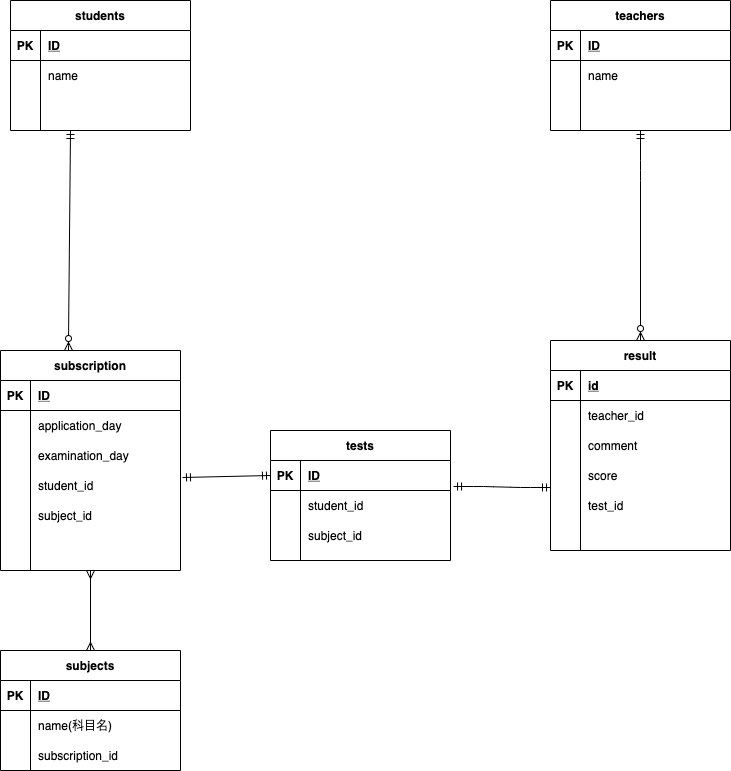
This is index.drawio.png from mkiim/ERD, a draw.io export, as it was before one commit. Source tidied: cells renumbered, new cells last; positions are measured from the earlier drawing's top-left corner, leaving out a move shared by most shapes.
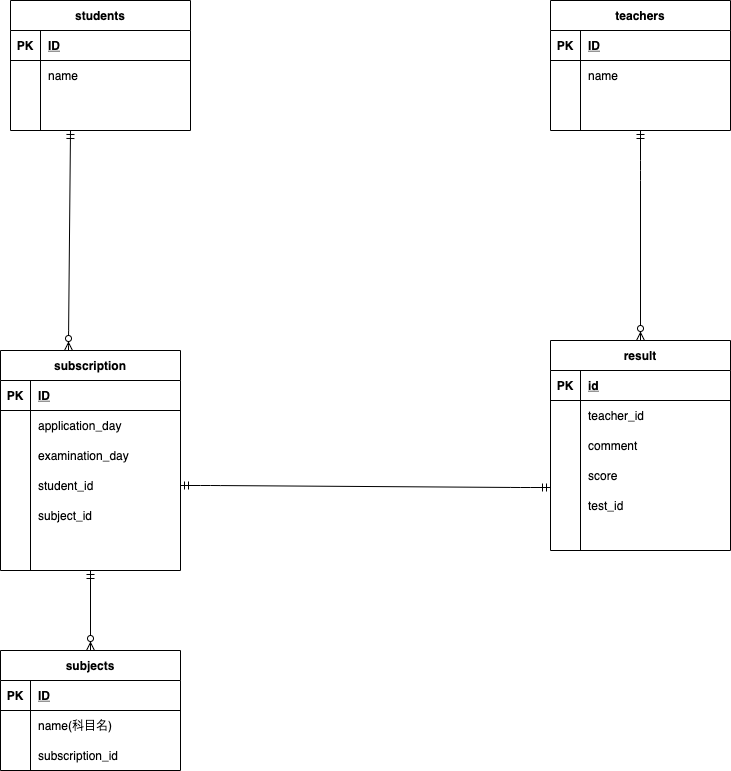
The same file after the commit.

What changed in the source:
```diff
@@ -140,39 +140,6 @@
     <mxCell id="47" value="subscription_id" style="shape=partialRectangle;fillColor=none;top=0;left=0;bottom=0;right=0;align=left;spacingLeft=6;overflow=hidden;" parent="45" vertex="1">
       <mxGeometry x="30" width="150" height="30" as="geometry" />
     </mxCell>
-    <mxCell id="48" value="tests" style="shape=table;startSize=30;rowLines=0;fontStyle=1;align=center;" parent="1" vertex="1">
-      <mxGeometry x="270" y="430" width="180" height="130" as="geometry" />
-    </mxCell>
-    <mxCell id="49" style="shape=partialRectangle;fillColor=none;top=0;left=0;bottom=1;right=0;points=[[0,0.5],[1,0.5]];portConstraint=eastwest;" parent="48" vertex="1">
-      <mxGeometry y="30" width="180" height="30" as="geometry" />
-    </mxCell>
-    <mxCell id="50" value="PK" style="shape=partialRectangle;fillColor=none;top=0;left=0;bottom=0;right=0;fontStyle=1;overflow=hidden;" parent="49" vertex="1">
-      <mxGeometry width="30" height="30" as="geometry" />
-    </mxCell>
-    <mxCell id="51" value="ID" style="shape=partialRectangle;fillColor=none;top=0;left=0;bottom=0;right=0;align=left;spacingLeft=6;fontStyle=5;overflow=hidden;" parent="49" vertex="1">
-      <mxGeometry x="30" width="150" height="30" as="geometry" />
-    </mxCell>
-    <mxCell id="52" style="shape=partialRectangle;fillColor=none;top=0;left=0;bottom=0;right=0;points=[[0,0.5],[1,0.5]];portConstraint=eastwest;" parent="48" vertex="1">
-      <mxGeometry y="60" width="180" height="30" as="geometry" />
-    </mxCell>
-    <mxCell id="53" style="shape=partialRectangle;fillColor=none;top=0;left=0;bottom=0;right=0;overflow=hidden;" parent="52" vertex="1">
-      <mxGeometry width="30" height="30" as="geometry" />
-    </mxCell>
-    <mxCell id="54" value="student_id" style="shape=partialRectangle;fillColor=none;top=0;left=0;bottom=0;right=0;align=left;spacingLeft=6;overflow=hidden;" parent="52" vertex="1">
-      <mxGeometry x="30" width="150" height="30" as="geometry" />
-    </mxCell>
-    <mxCell id="55" style="shape=partialRectangle;fillColor=none;top=0;left=0;bottom=0;right=0;" parent="48" vertex="1">
-      <mxGeometry y="90" width="180" height="30" as="geometry" />
-    </mxCell>
-    <mxCell id="56" style="shape=partialRectangle;fillColor=none;top=0;left=0;bottom=0;right=0;overflow=hidden;" parent="55" vertex="1">
-      <mxGeometry width="30" height="30" as="geometry" />
-    </mxCell>
-    <mxCell id="57" value="subject_id" style="shape=partialRectangle;fillColor=none;top=0;left=0;bottom=0;right=0;align=left;spacingLeft=6;overflow=hidden;" parent="55" vertex="1">
-      <mxGeometry x="30" width="150" height="30" as="geometry" />
-    </mxCell>
-    <mxCell id="58" style="edgeStyle=none;rounded=0;orthogonalLoop=1;jettySize=auto;html=1;entryX=0;entryY=0.5;entryDx=0;entryDy=0;" parent="48" edge="1" source="49" target="49">
-      <mxGeometry relative="1" as="geometry" />
-    </mxCell>
     <mxCell id="59" style="fontSize=12;html=1;endArrow=ERzeroToMany;startArrow=ERmandOne;entryX=0.5;entryY=0;entryDx=0;entryDy=0;exitX=0.5;exitY=1;exitDx=0;exitDy=0;" parent="1" edge="1" source="12" target="22">
       <mxGeometry relative="1" as="geometry">
         <Array as="points">
@@ -180,7 +147,7 @@
         </Array>
       </mxGeometry>
     </mxCell>
-    <mxCell id="60" style="edgeStyle=entityRelationEdgeStyle;fontSize=12;html=1;endArrow=ERmandOne;startArrow=ERmandOne;entryX=0;entryY=0.9;entryDx=0;entryDy=0;entryPerimeter=0;exitX=1.017;exitY=-0.133;exitDx=0;exitDy=0;exitPerimeter=0;" parent="1" edge="1" source="52" target="32">
+    <mxCell id="60" style="edgeStyle=entityRelationEdgeStyle;fontSize=12;html=1;endArrow=ERmandOne;startArrow=ERmandOne;entryX=0;entryY=0.9;entryDx=0;entryDy=0;entryPerimeter=0;" parent="1" edge="1" source="71" target="32">
       <mxGeometry relative="1" as="geometry" />
     </mxCell>
     <mxCell id="61" value="subscription" style="shape=table;startSize=30;rowLines=0;fontStyle=1;align=center;" parent="1" vertex="1">
@@ -231,9 +198,6 @@
     <mxCell id="76" value="subject_id" style="shape=partialRectangle;fillColor=none;top=0;left=0;bottom=0;right=0;align=left;spacingLeft=6;overflow=hidden;" parent="74" vertex="1">
       <mxGeometry x="30" width="150" height="30" as="geometry" />
     </mxCell>
-    <mxCell id="77" style="fontSize=12;html=1;endArrow=ERmandOne;startArrow=ERmandOne;exitX=1.011;exitY=0.233;exitDx=0;exitDy=0;exitPerimeter=0;entryX=0;entryY=0.5;entryDx=0;entryDy=0;" parent="1" edge="1" source="71" target="49">
-      <mxGeometry relative="1" as="geometry" />
-    </mxCell>
     <mxCell id="78" style="fontSize=12;html=1;endArrow=ERzeroToMany;startArrow=ERmandOne;" parent="1" edge="1">
       <mxGeometry relative="1" as="geometry">
         <mxPoint x="70" y="130" as="sourcePoint" />
@@ -243,11 +207,8 @@
         </Array>
       </mxGeometry>
     </mxCell>
-    <mxCell id="79" style="fontSize=12;html=1;endArrow=ERmany;startArrow=ERmany;" parent="1" edge="1">
-      <mxGeometry relative="1" as="geometry">
-        <mxPoint x="90" y="650" as="sourcePoint" />
-        <mxPoint x="90" y="570" as="targetPoint" />
-      </mxGeometry>
+    <mxCell id="79" style="fontSize=12;html=1;endArrow=ERzeroToMany;startArrow=ERmandOne;exitX=0.5;exitY=1;exitDx=0;exitDy=0;entryX=0.5;entryY=0;entryDx=0;entryDy=0;" parent="1" edge="1" source="61" target="38">
+      <mxGeometry relative="1" as="geometry" />
     </mxCell>
   </root>
 </mxGraphModel>
```
